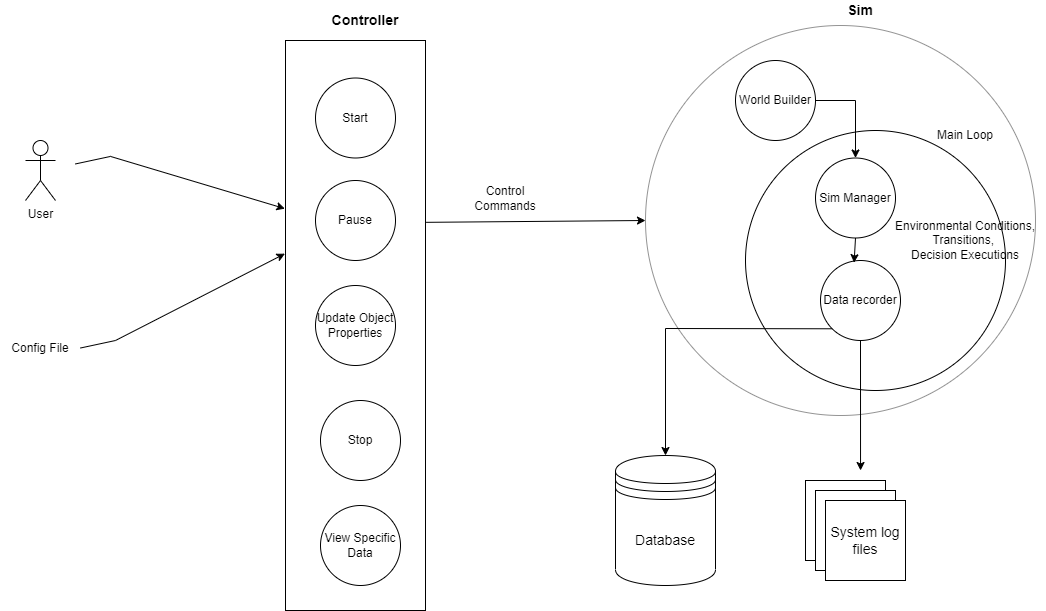
downs990/SocietySimulation keeps this draw.io diagram as Images/level01-dfd.drawio.png. Above is the earlier version. Source tidied: cells renumbered, new cells last; positions are measured from the earlier drawing's top-left corner, leaving out a move shared by most shapes.
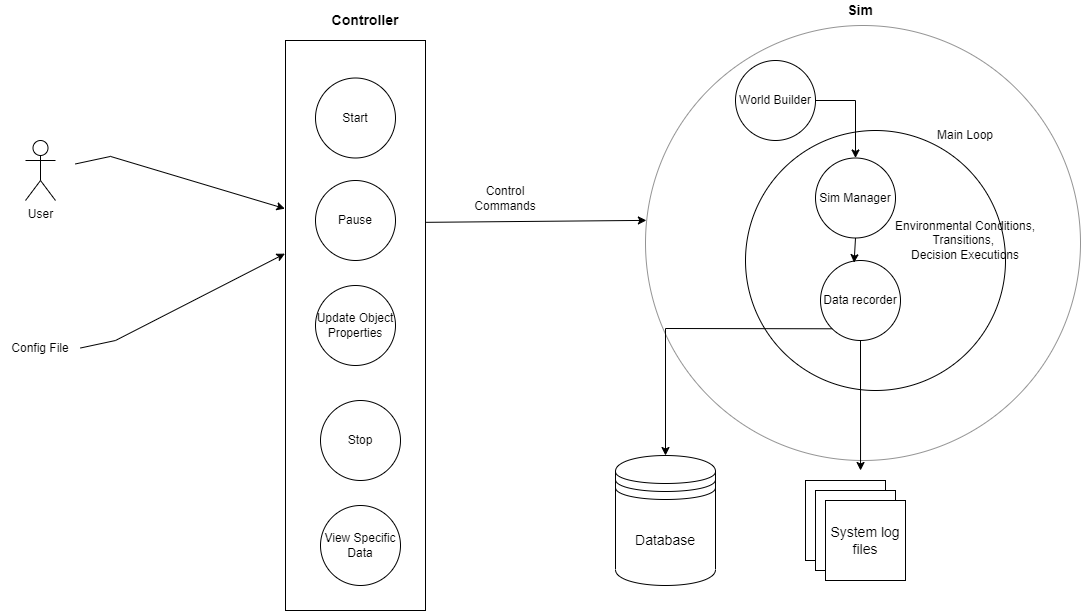
After the commit.

Commit message:
updating design documents

What changed in the source:
```diff
@@ -9,7 +9,7 @@
       <mxGeometry x="745" y="130" width="260" height="260" as="geometry" />
     </mxCell>
     <mxCell id="4" style="ellipse;whiteSpace=wrap;html=1;fillColor=none;strokeColor=#949494;" parent="1" vertex="1">
-      <mxGeometry x="645" y="25" width="390" height="390" as="geometry" />
+      <mxGeometry x="645" y="25" width="435" height="435" as="geometry" />
     </mxCell>
     <mxCell id="5" value="World Builder" style="ellipse;whiteSpace=wrap;html=1;" parent="1" vertex="1">
       <mxGeometry x="735" y="60" width="80" height="80" as="geometry" />
@@ -38,7 +38,7 @@
     <mxCell id="13" value="Stop" style="ellipse;whiteSpace=wrap;html=1;" parent="1" vertex="1">
       <mxGeometry x="320" y="400" width="80" height="80" as="geometry" />
     </mxCell>
-    <mxCell id="14" style="endArrow=classic;html=1;rounded=0;exitX=1.004;exitY=0.319;exitDx=0;exitDy=0;entryX=0;entryY=0.5;entryDx=0;entryDy=0;exitPerimeter=0;" parent="1" edge="1" source="2" target="4">
+    <mxCell id="14" style="endArrow=classic;html=1;rounded=0;exitX=1.004;exitY=0.319;exitDx=0;exitDy=0;entryX=0.002;entryY=0.448;entryDx=0;entryDy=0;exitPerimeter=0;entryPerimeter=0;" parent="1" edge="1" source="2" target="4">
       <mxGeometry relative="1" as="geometry" />
     </mxCell>
     <mxCell id="15" style="endArrow=classic;html=1;rounded=0;entryX=-0.004;entryY=0.374;entryDx=0;entryDy=0;entryPerimeter=0;exitX=1;exitY=0.5;exitDx=0;exitDy=0;" parent="1" edge="1" source="21" target="2">
```
